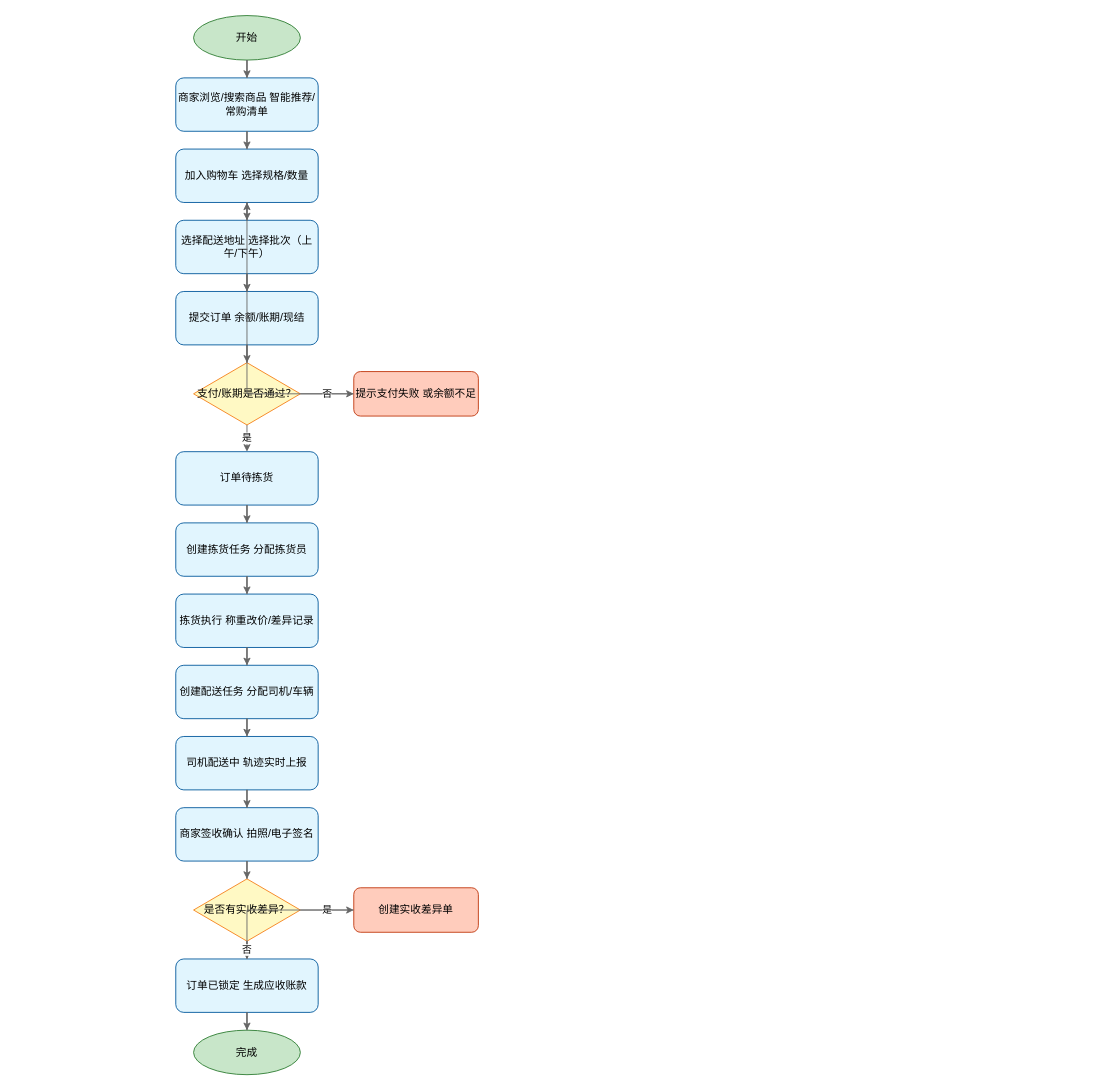
Before: docs/flowcharts/03_客户直采流程.drawio in kindiaing/susong, a draw.io diagram. Source tidied: cells renumbered, new cells numbered last; positions are measured from the earlier drawing's top-left corner, leaving out a move shared by most shapes. Both pictures are drawn from the tidied source at 89%, with x=0, y=0 at pixel (175, 15).
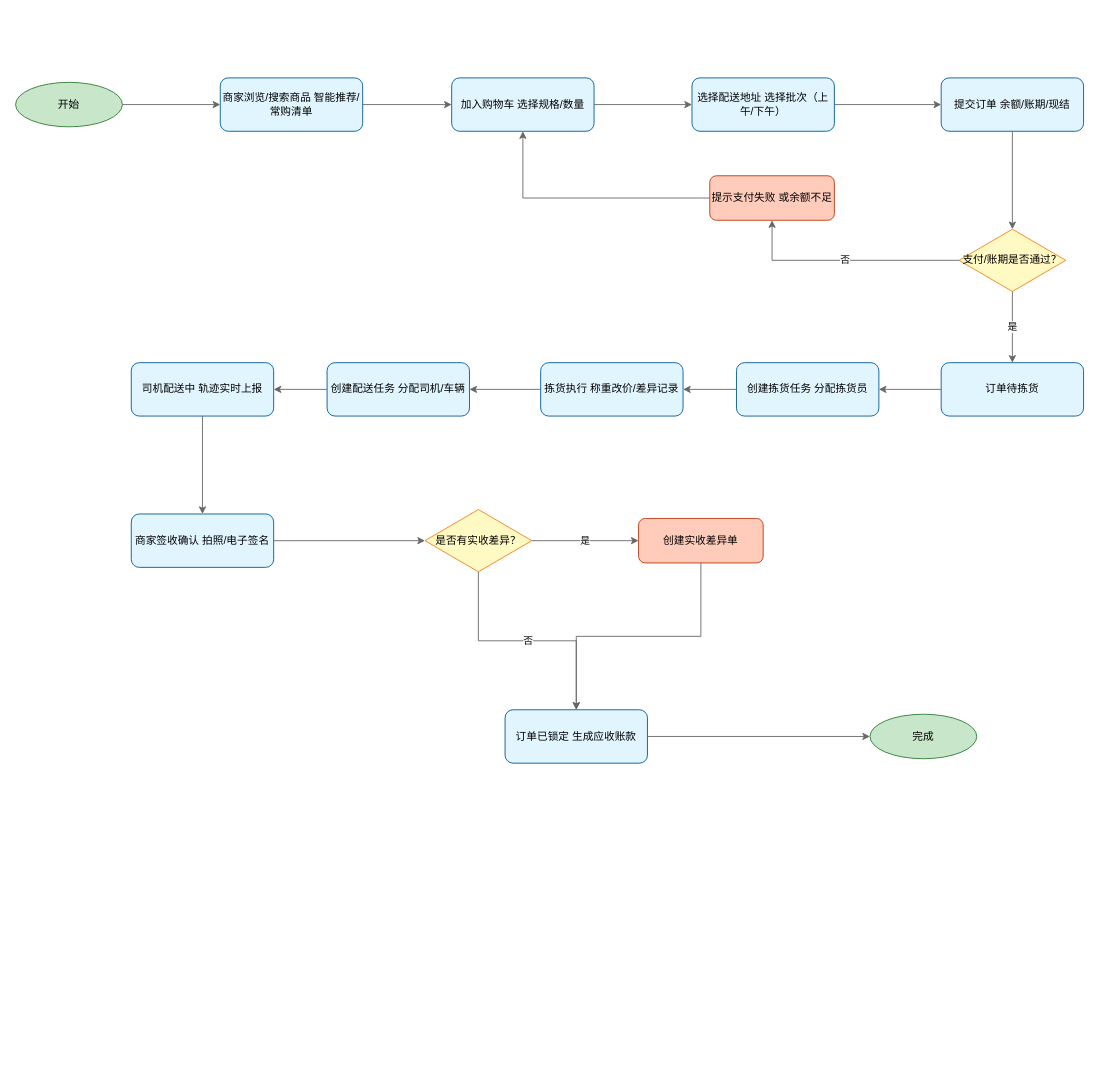
Above is the later version.

Change to the diagram source:
```diff
@@
     <mxCell id="2" value="开始" style="ellipse;whiteSpace=wrap;html=1;fillColor=#C8E6C9;strokeColor=#2E7D32;fontSize=12;fontFamily=Helvetica;verticalAlign=middle;align=center;" parent="1" vertex="1">
-      <mxGeometry x="20" width="120" height="50" as="geometry" />
+      <mxGeometry x="-180" y="75" width="120" height="50" as="geometry" />
     </mxCell>
     <mxCell id="3" value="商家浏览/搜索商品 智能推荐/常购清单" style="rounded=1;whiteSpace=wrap;html=1;fillColor=#E1F5FE;strokeColor=#01579B;fontSize=12;fontFamily=Helvetica;verticalAlign=middle;align=center;" parent="1" vertex="1">
-      <mxGeometry y="70" width="160" height="60" as="geometry" />
+      <mxGeometry x="50" y="70" width="160" height="60" as="geometry" />
     </mxCell>
     <mxCell id="4" value="加入购物车 选择规格/数量" style="rounded=1;whiteSpace=wrap;html=1;fillColor=#E1F5FE;strokeColor=#01579B;fontSize=12;fontFamily=Helvetica;verticalAlign=middle;align=center;" parent="1" vertex="1">
-      <mxGeometry y="150" width="160" height="60" as="geometry" />
+      <mxGeometry x="310" y="70" width="160" height="60" as="geometry" />
     </mxCell>
     <mxCell id="5" value="选择配送地址 选择批次（上午/下午）" style="rounded=1;whiteSpace=wrap;html=1;fillColor=#E1F5FE;strokeColor=#01579B;fontSize=12;fontFamily=Helvetica;verticalAlign=middle;align=center;" parent="1" vertex="1">
-      <mxGeometry y="230" width="160" height="60" as="geometry" />
+      <mxGeometry x="580" y="70" width="160" height="60" as="geometry" />
     </mxCell>
     <mxCell id="6" value="提交订单 余额/账期/现结" style="rounded=1;whiteSpace=wrap;html=1;fillColor=#E1F5FE;strokeColor=#01579B;fontSize=12;fontFamily=Helvetica;verticalAlign=middle;align=center;" parent="1" vertex="1">
-      <mxGeometry y="310" width="160" height="60" as="geometry" />
+      <mxGeometry x="860" y="70" width="160" height="60" as="geometry" />
     </mxCell>
     <mxCell id="7" value="支付/账期是否通过？" style="rhombus;whiteSpace=wrap;html=1;fillColor=#FFF9C4;strokeColor=#F57F17;fontSize=12;fontFamily=Helvetica;verticalAlign=middle;align=center;" parent="1" vertex="1">
-      <mxGeometry x="20" y="390" width="120" height="70" as="geometry" />
+      <mxGeometry x="880" y="240" width="120" height="70" as="geometry" />
     </mxCell>
     <mxCell id="8" value="提示支付失败 或余额不足" style="rounded=1;whiteSpace=wrap;html=1;fillColor=#FFCCBC;strokeColor=#BF360C;fontSize=12;fontFamily=Helvetica;verticalAlign=middle;align=center;" parent="1" vertex="1">
-      <mxGeometry x="200" y="400" width="140" height="50" as="geometry" />
+      <mxGeometry x="600" y="180" width="140" height="50" as="geometry" />
     </mxCell>
     <mxCell id="9" value="订单待拣货" style="rounded=1;whiteSpace=wrap;html=1;fillColor=#E1F5FE;strokeColor=#01579B;fontSize=12;fontFamily=Helvetica;verticalAlign=middle;align=center;" parent="1" vertex="1">
-      <mxGeometry y="490" width="160" height="60" as="geometry" />
+      <mxGeometry x="860" y="390" width="160" height="60" as="geometry" />
     </mxCell>
     <mxCell id="10" value="创建拣货任务 分配拣货员" style="rounded=1;whiteSpace=wrap;html=1;fillColor=#E1F5FE;strokeColor=#01579B;fontSize=12;fontFamily=Helvetica;verticalAlign=middle;align=center;" parent="1" vertex="1">
-      <mxGeometry y="570" width="160" height="60" as="geometry" />
+      <mxGeometry x="630" y="390" width="160" height="60" as="geometry" />
     </mxCell>
     <mxCell id="11" value="拣货执行 称重改价/差异记录" style="rounded=1;whiteSpace=wrap;html=1;fillColor=#E1F5FE;strokeColor=#01579B;fontSize=12;fontFamily=Helvetica;verticalAlign=middle;align=center;" parent="1" vertex="1">
-      <mxGeometry y="650" width="160" height="60" as="geometry" />
+      <mxGeometry x="410" y="390" width="160" height="60" as="geometry" />
     </mxCell>
     <mxCell id="12" value="创建配送任务 分配司机/车辆" style="rounded=1;whiteSpace=wrap;html=1;fillColor=#E1F5FE;strokeColor=#01579B;fontSize=12;fontFamily=Helvetica;verticalAlign=middle;align=center;" parent="1" vertex="1">
-      <mxGeometry y="730" width="160" height="60" as="geometry" />
+      <mxGeometry x="170" y="390" width="160" height="60" as="geometry" />
     </mxCell>
     <mxCell id="13" value="司机配送中 轨迹实时上报" style="rounded=1;whiteSpace=wrap;html=1;fillColor=#E1F5FE;strokeColor=#01579B;fontSize=12;fontFamily=Helvetica;verticalAlign=middle;align=center;" parent="1" vertex="1">
-      <mxGeometry y="810" width="160" height="60" as="geometry" />
+      <mxGeometry x="-50" y="390" width="160" height="60" as="geometry" />
     </mxCell>
     <mxCell id="14" value="商家签收确认 拍照/电子签名" style="rounded=1;whiteSpace=wrap;html=1;fillColor=#E1F5FE;strokeColor=#01579B;fontSize=12;fontFamily=Helvetica;verticalAlign=middle;align=center;" parent="1" vertex="1">
-      <mxGeometry y="890" width="160" height="60" as="geometry" />
+      <mxGeometry x="-50" y="560" width="160" height="60" as="geometry" />
     </mxCell>
     <mxCell id="15" value="是否有实收差异？" style="rhombus;whiteSpace=wrap;html=1;fillColor=#FFF9C4;strokeColor=#F57F17;fontSize=12;fontFamily=Helvetica;verticalAlign=middle;align=center;" parent="1" vertex="1">
-      <mxGeometry x="20" y="970" width="120" height="70" as="geometry" />
+      <mxGeometry x="280" y="555" width="120" height="70" as="geometry" />
     </mxCell>
     <mxCell id="16" value="创建实收差异单" style="rounded=1;whiteSpace=wrap;html=1;fillColor=#FFCCBC;strokeColor=#BF360C;fontSize=12;fontFamily=Helvetica;verticalAlign=middle;align=center;" parent="1" vertex="1">
-      <mxGeometry x="200" y="980" width="140" height="50" as="geometry" />
+      <mxGeometry x="520" y="565" width="140" height="50" as="geometry" />
     </mxCell>
     <mxCell id="17" value="订单已锁定 生成应收账款" style="rounded=1;whiteSpace=wrap;html=1;fillColor=#E1F5FE;strokeColor=#01579B;fontSize=12;fontFamily=Helvetica;verticalAlign=middle;align=center;" parent="1" vertex="1">
-      <mxGeometry y="1060" width="160" height="60" as="geometry" />
+      <mxGeometry x="370" y="780" width="160" height="60" as="geometry" />
     </mxCell>
     <mxCell id="18" value="完成" style="ellipse;whiteSpace=wrap;html=1;fillColor=#C8E6C9;strokeColor=#2E7D32;fontSize=12;fontFamily=Helvetica;verticalAlign=middle;align=center;" parent="1" vertex="1">
-      <mxGeometry x="20" y="1140" width="120" height="50" as="geometry" />
+      <mxGeometry x="780" y="785" width="120" height="50" as="geometry" />
     </mxCell>
@@
-    <mxCell id="31" style="edgeStyle=orthogonalEdgeStyle;rounded=0;jettySize=auto;html=1;strokeColor=#666666;fontSize=11;" parent="1" edge="1" source="13" target="14">
+    <mxCell id="31" style="edgeStyle=orthogonalEdgeStyle;rounded=0;jettySize=auto;html=1;strokeColor=#666666;fontSize=11;entryX=0.5;entryY=0;entryDx=0;entryDy=0;" parent="1" edge="1" source="13" target="14">
       <mxGeometry relative="1" as="geometry" />
     </mxCell>
```
